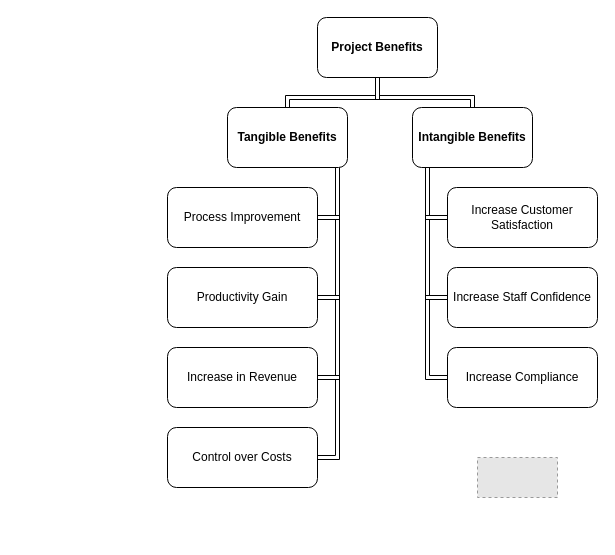
Before: Project Benefits.drawio in auauwolff/MITDesign, a draw.io diagram. Source tidied: cells renumbered, new cells numbered last; positions are measured from the earlier drawing's top-left corner, leaving out a move shared by most shapes. Both pictures are drawn from the tidied source at 100%, with x=0, y=0 at pixel (167, 17). Pictures stored in the file or linked from it are replaced by grey dashed boxes.
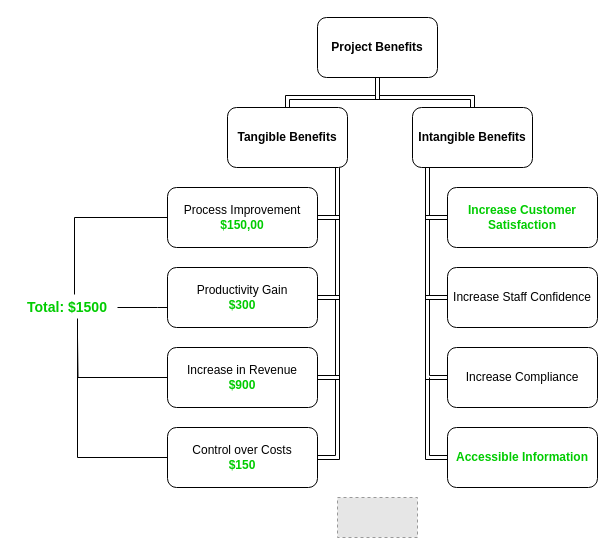
Above is the later version.

Change to the diagram source:
```diff
@@
+    <mxCell id="22" style="edgeStyle=orthogonalEdgeStyle;rounded=0;jettySize=auto;html=1;endArrow=none;endFill=0;entryX=0.57;entryY=-0.15;entryDx=0;entryDy=0;entryPerimeter=0;" parent="1" edge="1" source="10" target="26">
+      <mxGeometry relative="1" as="geometry" />
+    </mxCell>
-    <mxCell id="10" value="Process Improvement" style="rounded=1;whiteSpace=wrap;html=1;" parent="1" vertex="1">
+    <mxCell id="10" value="Process Improvement&lt;br&gt;&lt;b&gt;&lt;font color=&quot;#00cc00&quot;&gt;$150,00&lt;/font&gt;&lt;/b&gt;" style="rounded=1;whiteSpace=wrap;html=1;" parent="1" vertex="1">
       <mxGeometry y="170" width="150" height="60" as="geometry" />
     </mxCell>
@@
+    <mxCell id="23" style="edgeStyle=orthogonalEdgeStyle;rounded=0;jettySize=auto;html=1;endArrow=none;endFill=0;strokeColor=#000000;" parent="1" edge="1" source="12" target="26">
+      <mxGeometry relative="1" as="geometry">
+        <Array as="points">
+          <mxPoint x="-10" y="290" />
+          <mxPoint x="-10" y="290" />
+        </Array>
+      </mxGeometry>
+    </mxCell>
-    <mxCell id="12" value="Productivity Gain" style="rounded=1;whiteSpace=wrap;html=1;" parent="1" vertex="1">
+    <mxCell id="12" value="Productivity Gain&lt;br&gt;&lt;b&gt;&lt;font color=&quot;#00cc00&quot;&gt;$300&lt;/font&gt;&lt;/b&gt;" style="rounded=1;whiteSpace=wrap;html=1;" parent="1" vertex="1">
       <mxGeometry y="250" width="150" height="60" as="geometry" />
     </mxCell>
@@
+    <mxCell id="24" style="edgeStyle=orthogonalEdgeStyle;rounded=0;jettySize=auto;html=1;endArrow=none;endFill=0;" parent="1" edge="1" source="14">
+      <mxGeometry relative="1" as="geometry">
+        <mxPoint x="-90" y="320" as="targetPoint" />
+      </mxGeometry>
+    </mxCell>
-    <mxCell id="14" value="Increase in Revenue" style="rounded=1;whiteSpace=wrap;html=1;" parent="1" vertex="1">
+    <mxCell id="14" value="Increase in Revenue&lt;br&gt;&lt;b&gt;&lt;font color=&quot;#00cc00&quot;&gt;$900&lt;/font&gt;&lt;/b&gt;" style="rounded=1;whiteSpace=wrap;html=1;" parent="1" vertex="1">
       <mxGeometry y="330" width="150" height="60" as="geometry" />
     </mxCell>
+    <mxCell id="25" style="edgeStyle=orthogonalEdgeStyle;rounded=0;jettySize=auto;html=1;entryX=0.6;entryY=1.05;entryDx=0;entryDy=0;entryPerimeter=0;endArrow=none;endFill=0;" parent="1" edge="1" source="15" target="26">
+      <mxGeometry relative="1" as="geometry" />
+    </mxCell>
-    <mxCell id="15" value="Control over Costs" style="rounded=1;whiteSpace=wrap;html=1;" parent="1" vertex="1">
+    <mxCell id="15" value="Control over Costs&lt;br&gt;&lt;b&gt;&lt;font color=&quot;#00cc00&quot;&gt;$150&lt;/font&gt;&lt;/b&gt;" style="rounded=1;whiteSpace=wrap;html=1;" parent="1" vertex="1">
       <mxGeometry y="410" width="150" height="60" as="geometry" />
     </mxCell>
@@
-    <mxCell id="17" value="Increase Customer Satisfaction" style="rounded=1;whiteSpace=wrap;html=1;" parent="1" vertex="1">
+    <mxCell id="17" value="&lt;b&gt;&lt;font color=&quot;#00cc00&quot;&gt;Increase Customer Satisfaction&lt;/font&gt;&lt;/b&gt;" style="rounded=1;whiteSpace=wrap;html=1;" parent="1" vertex="1">
       <mxGeometry x="280" y="170" width="150" height="60" as="geometry" />
     </mxCell>
@@
     <mxCell id="21" style="fillColor=#E6E6E6;strokeColor=#999999;dashed=1;verticalLabelPosition=bottom;labelBackgroundColor=#ffffff;verticalAlign=top;" parent="1" vertex="1">
-      <mxGeometry x="310" y="440" width="80" height="40" as="geometry" />
+      <mxGeometry x="170" y="480" width="80" height="40" as="geometry" />
     </mxCell>
+    <mxCell id="26" value="&lt;b style=&quot;font-size: 14px;&quot;&gt;&lt;font color=&quot;#00cc00&quot; style=&quot;font-size: 14px;&quot;&gt;Total: $1500&lt;/font&gt;&lt;/b&gt;" style="text;html=1;strokeColor=none;fillColor=none;align=center;verticalAlign=middle;whiteSpace=wrap;rounded=0;fontSize=14;" parent="1" vertex="1">
+      <mxGeometry x="-150" y="280" width="100" height="20" as="geometry" />
+    </mxCell>
+    <mxCell id="27" style="edgeStyle=orthogonalEdgeStyle;rounded=0;jettySize=auto;html=1;fontSize=14;endArrow=none;endFill=0;strokeColor=#000000;shape=link;" parent="1" edge="1" source="28">
+      <mxGeometry relative="1" as="geometry">
+        <mxPoint x="260" y="360" as="targetPoint" />
+      </mxGeometry>
+    </mxCell>
+    <mxCell id="28" value="&lt;font color=&quot;#00cc00&quot;&gt;&lt;b&gt;Accessible Information&lt;/b&gt;&lt;/font&gt;" style="rounded=1;whiteSpace=wrap;html=1;" parent="1" vertex="1">
+      <mxGeometry x="280" y="410" width="150" height="60" as="geometry" />
+    </mxCell>
```
